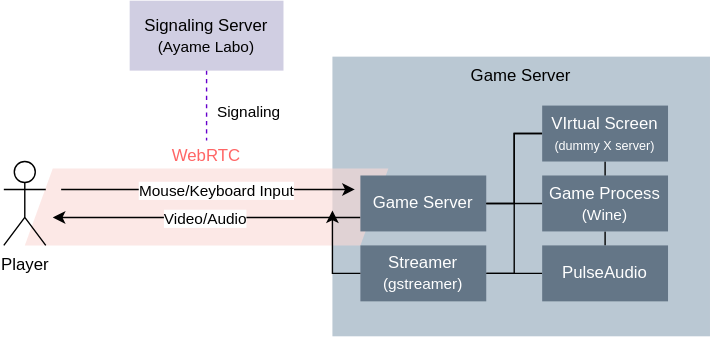
Above: docs/gameplaying.drawio.svg in minakawa-daiki/mashimaro (draw.io), before the change. Source tidied: cells renumbered, new cells last; positions are measured from the earlier drawing's top-left corner, leaving out a move shared by most shapes.
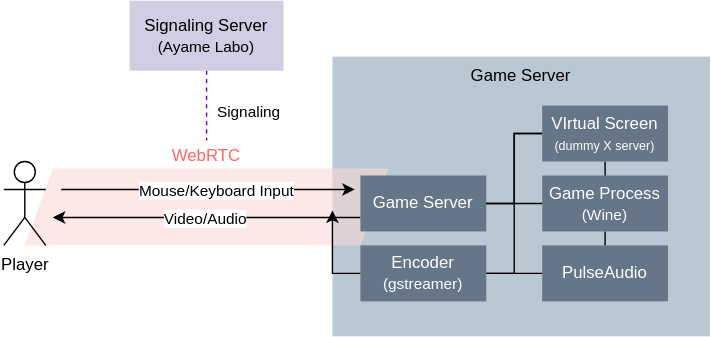
After the change.

The edit, as a diff of the source:
```diff
@@ -70,7 +70,7 @@
         <mxPoint x="-17" as="offset" />
       </mxGeometry>
     </mxCell>
-    <mxCell id="21" value="Streamer&lt;br&gt;&lt;font style=&quot;font-size: 11px&quot;&gt;(gstreamer)&lt;/font&gt;" style="rounded=0;whiteSpace=wrap;html=1;fillColor=#647687;fontColor=#ffffff;strokeColor=none;" parent="1" vertex="1">
+    <mxCell id="21" value="Encoder&lt;br&gt;&lt;font style=&quot;font-size: 11px&quot;&gt;(gstreamer)&lt;/font&gt;" style="rounded=0;whiteSpace=wrap;html=1;fillColor=#647687;fontColor=#ffffff;strokeColor=none;" parent="1" vertex="1">
       <mxGeometry x="255" y="175" width="90" height="40" as="geometry" />
     </mxCell>
     <mxCell id="22" style="edgeStyle=orthogonalEdgeStyle;rounded=0;jettySize=auto;html=1;exitX=0;exitY=0.5;exitDx=0;exitDy=0;endArrow=classic;endFill=1;" parent="1" edge="1" source="21">
```
